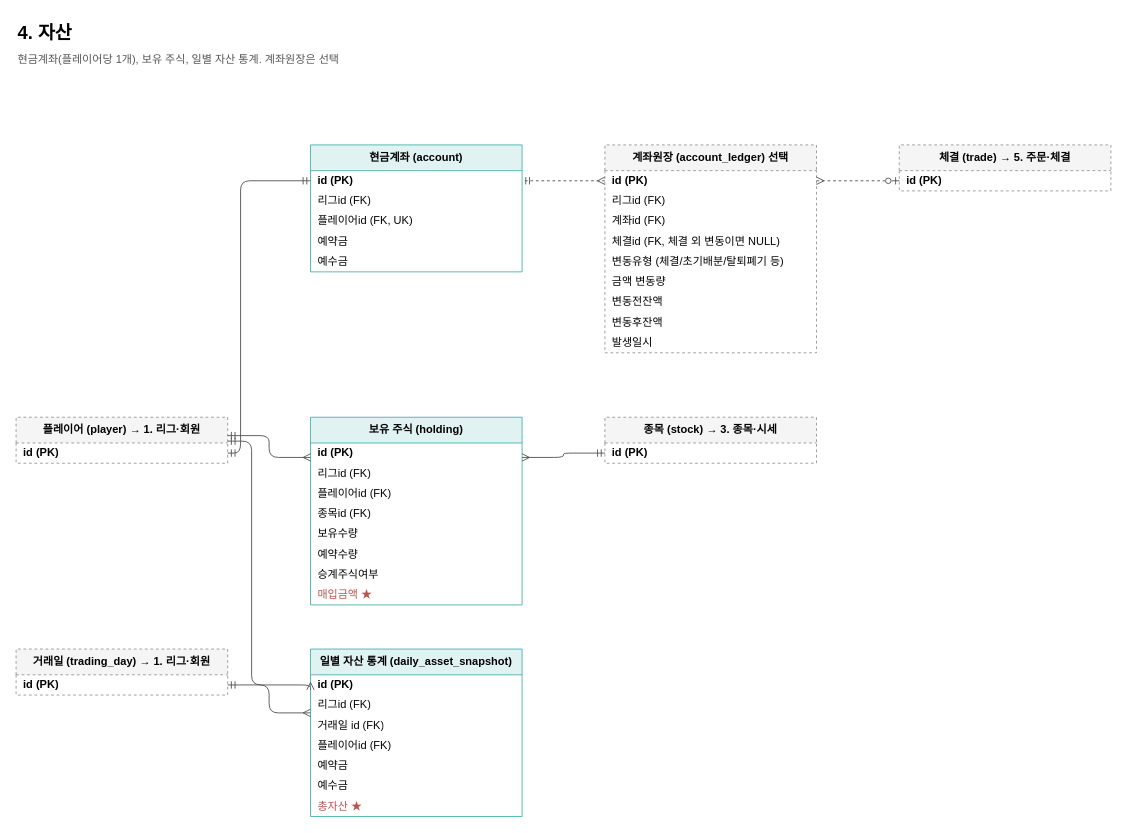
This is page "4. 자산" (5 of 9) of docs/erd/naspi.drawio from JECT-Study/naspi-5th-Server, a draw.io file, before an edit. Source tidied: cells renumbered, new cells numbered last; positions are measured from the earlier drawing's top-left corner, leaving out a move shared by most shapes. Both pictures are drawn from the tidied source at 92%, with x=0, y=0 at pixel (16, 16).
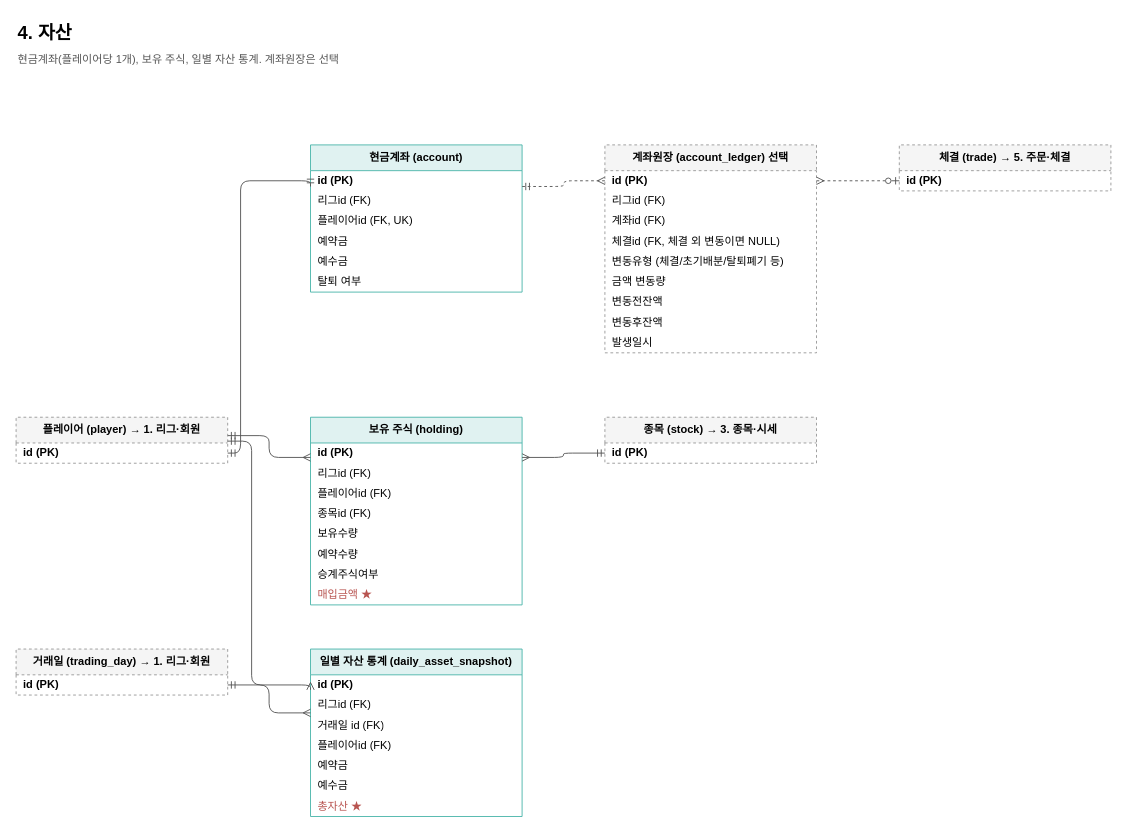
The same page after the edit.

The edit, as a diff of the source:
```diff
@@
     <mxCell id="2" value="현금계좌 (account)" style="swimlane;fontStyle=1;horizontal=1;startSize=28;html=1;whiteSpace=wrap;fillColor=#e0f2f1;strokeColor=#4db6ac;" parent="1" vertex="1">
-      <mxGeometry x="320" y="140" width="230" height="138" as="geometry" />
+      <mxGeometry x="320" y="140" width="230" height="160" as="geometry" />
     </mxCell>
@@
+    <mxCell id="52" value="탈퇴 여부" style="text;strokeColor=none;fillColor=none;align=left;verticalAlign=middle;spacingLeft=6;overflow=hidden;html=1;" parent="2" vertex="1">
+      <mxGeometry y="138" width="230" height="22" as="geometry" />
+    </mxCell>
```
